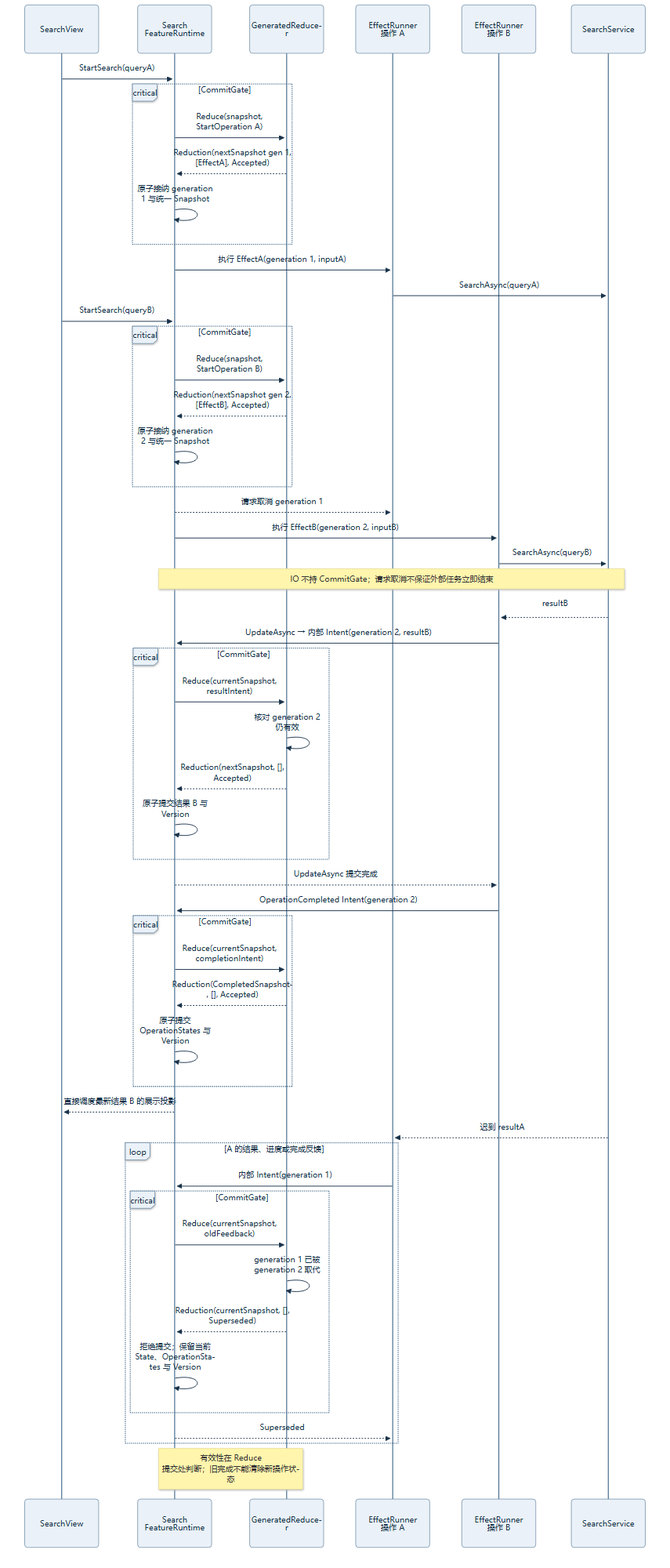
This is docs/mvi-next/diagrams/latest-sequence.png from MiKiNuo/MVI, a Mermaid export, as it was before one commit. Its source is kept beside it as docs/mvi-next/diagrams/latest-sequence.mmd.
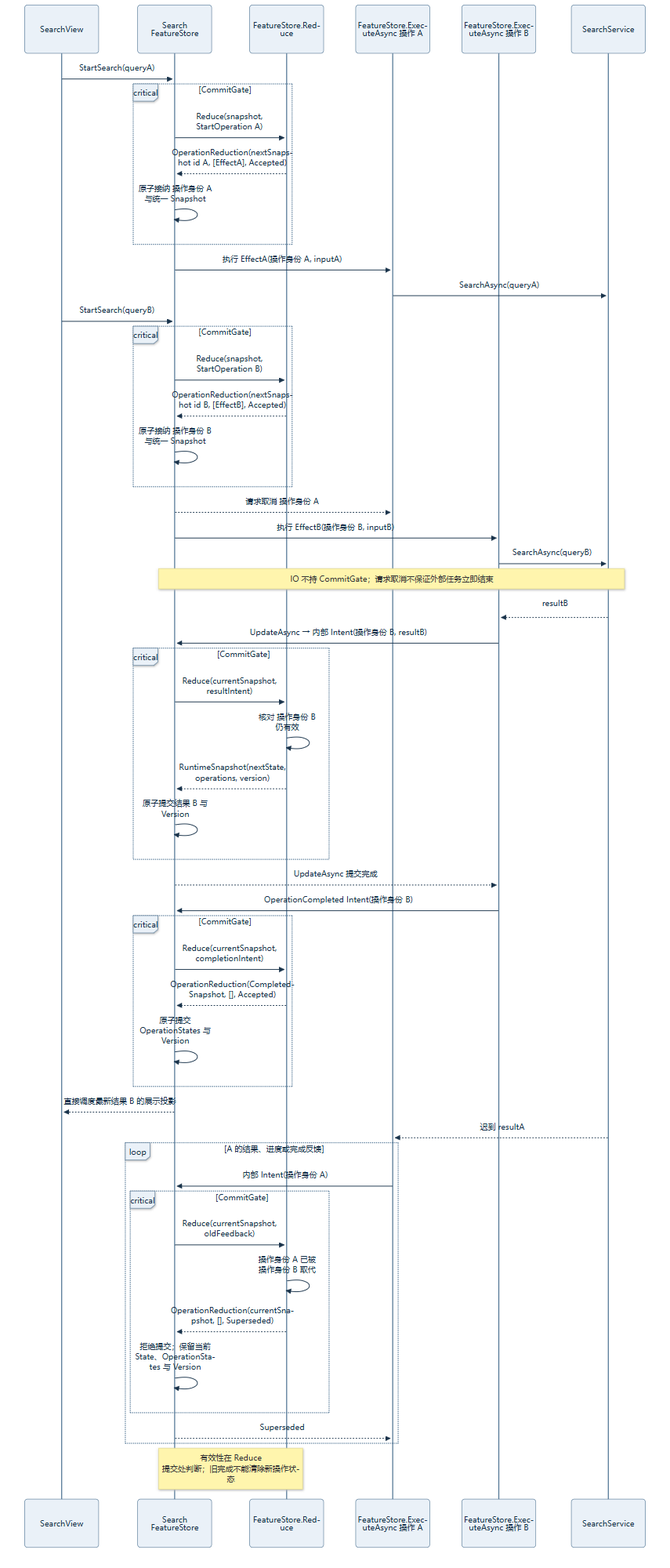
After the change.

Change to the diagram source:
```diff
@@ -1,55 +1,55 @@
 sequenceDiagram
     participant View as SearchView
-    participant Runtime as Search FeatureRuntime
-    participant Reducer as GeneratedReducer
-    participant RunnerA as EffectRunner 操作 A
-    participant RunnerB as EffectRunner 操作 B
+    participant Runtime as Search FeatureStore
+    participant Reducer as FeatureStore.Reduce
+    participant RunnerA as FeatureStore.ExecuteAsync 操作 A
+    participant RunnerB as FeatureStore.ExecuteAsync 操作 B
     participant Service as SearchService
 
     View->>Runtime: StartSearch(queryA)
     critical CommitGate
         Runtime->>Reducer: Reduce(snapshot, StartOperation A)
-        Reducer-->>Runtime: Reduction(nextSnapshot gen 1, [EffectA], Accepted)
-        Runtime->>Runtime: 原子接纳 generation 1 与统一 Snapshot
+        Reducer-->>Runtime: OperationReduction(nextSnapshot id A, [EffectA], Accepted)
+        Runtime->>Runtime: 原子接纳 操作身份 A 与统一 Snapshot
     end
-    Runtime->>RunnerA: 执行 EffectA(generation 1, inputA)
+    Runtime->>RunnerA: 执行 EffectA(操作身份 A, inputA)
     RunnerA->>Service: SearchAsync(queryA)
 
     View->>Runtime: StartSearch(queryB)
     critical CommitGate
         Runtime->>Reducer: Reduce(snapshot, StartOperation B)
-        Reducer-->>Runtime: Reduction(nextSnapshot gen 2, [EffectB], Accepted)
-        Runtime->>Runtime: 原子接纳 generation 2 与统一 Snapshot
+        Reducer-->>Runtime: OperationReduction(nextSnapshot id B, [EffectB], Accepted)
+        Runtime->>Runtime: 原子接纳 操作身份 B 与统一 Snapshot
     end
-    Runtime-->>RunnerA: 请求取消 generation 1
-    Runtime->>RunnerB: 执行 EffectB(generation 2, inputB)
+    Runtime-->>RunnerA: 请求取消 操作身份 A
+    Runtime->>RunnerB: 执行 EffectB(操作身份 B, inputB)
     RunnerB->>Service: SearchAsync(queryB)
     Note over Runtime,Service: IO 不持 CommitGate；请求取消不保证外部任务立即结束
 
     Service-->>RunnerB: resultB
-    RunnerB->>Runtime: UpdateAsync → 内部 Intent(generation 2, resultB)
+    RunnerB->>Runtime: UpdateAsync → 内部 Intent(操作身份 B, resultB)
     critical CommitGate
         Runtime->>Reducer: Reduce(currentSnapshot, resultIntent)
-        Reducer->>Reducer: 核对 generation 2 仍有效
-        Reducer-->>Runtime: Reduction(nextSnapshot, [], Accepted)
+        Reducer->>Reducer: 核对 操作身份 B 仍有效
+        Reducer-->>Runtime: RuntimeSnapshot(nextState, operations, version)
         Runtime->>Runtime: 原子提交结果 B 与 Version
     end
     Runtime-->>RunnerB: UpdateAsync 提交完成
-    RunnerB->>Runtime: OperationCompleted Intent(generation 2)
+    RunnerB->>Runtime: OperationCompleted Intent(操作身份 B)
     critical CommitGate
         Runtime->>Reducer: Reduce(currentSnapshot, completionIntent)
-        Reducer-->>Runtime: Reduction(CompletedSnapshot, [], Accepted)
+        Reducer-->>Runtime: OperationReduction(CompletedSnapshot, [], Accepted)
         Runtime->>Runtime: 原子提交 OperationStates 与 Version
     end
     Runtime-->>View: 直接调度最新结果 B 的展示投影
 
     Service-->>RunnerA: 迟到 resultA
     loop A 的结果、进度或完成反馈
-        RunnerA->>Runtime: 内部 Intent(generation 1)
+        RunnerA->>Runtime: 内部 Intent(操作身份 A)
         critical CommitGate
             Runtime->>Reducer: Reduce(currentSnapshot, oldFeedback)
-            Reducer->>Reducer: generation 1 已被 generation 2 取代
-            Reducer-->>Runtime: Reduction(currentSnapshot, [], Superseded)
+            Reducer->>Reducer: 操作身份 A 已被 操作身份 B 取代
+            Reducer-->>Runtime: OperationReduction(currentSnapshot, [], Superseded)
             Runtime->>Runtime: 拒绝提交；保留当前 State、OperationStates 与 Version
         end
         Runtime-->>RunnerA: Superseded
```
